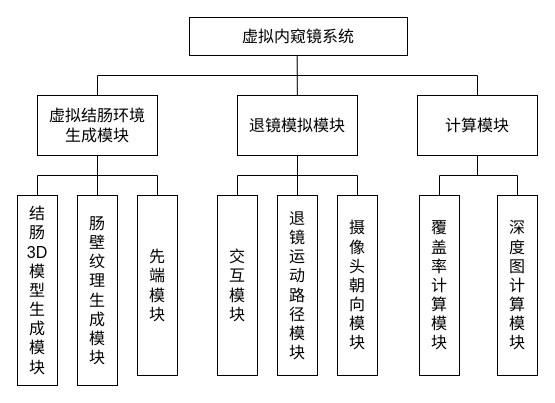
The draw.io diagram 模块图.drawio in Joker765/CEP, before the edit. Source tidied: cells renumbered, new cells numbered last; positions are measured from the earlier drawing's top-left corner, leaving out a move shared by most shapes. Both pictures are drawn from the tidied source at 100%, with x=0, y=0 at pixel (17, 17).
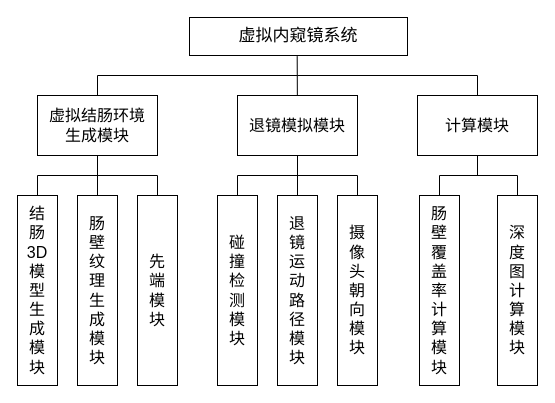
The same diagram, later.

Commit message (it also covers changes not shown here):
更新模块图.drawio

Diff of the diagram source:
```diff
@@
-    <mxCell id="2" value="&lt;span style=&quot;font-family: 宋体; font-size: 16px;&quot;&gt;虚拟内窥镜系统&lt;/span&gt;" style="rounded=0;whiteSpace=wrap;html=1;" parent="1" vertex="1">
+    <mxCell id="2" value="&lt;span style=&quot;font-family: 宋体;&quot;&gt;&lt;font style=&quot;font-size: 17px;&quot;&gt;虚拟内窥镜系统&lt;/font&gt;&lt;/span&gt;" style="rounded=0;whiteSpace=wrap;html=1;" parent="1" vertex="1">
       <mxGeometry x="172" width="218" height="38" as="geometry" />
     </mxCell>
@@
     <mxCell id="9" value="&lt;span style=&quot;font-size:12.0pt;mso-bidi-font-size:11.0pt;&lt;br/&gt;line-height:150%;font-family:宋体;mso-ascii-font-family:&amp;quot;Times New Roman&amp;quot;;&lt;br/&gt;mso-hansi-font-family:&amp;quot;Times New Roman&amp;quot;;mso-bidi-font-family:&amp;quot;Times New Roman&amp;quot;;&lt;br/&gt;mso-bidi-theme-font:minor-bidi;mso-ansi-language:EN-US;mso-fareast-language:&lt;br/&gt;ZH-CN;mso-bidi-language:AR-SA&quot;&gt;先&lt;/span&gt;&lt;div&gt;&lt;span style=&quot;font-size:12.0pt;mso-bidi-font-size:11.0pt;&lt;br/&gt;line-height:150%;font-family:宋体;mso-ascii-font-family:&amp;quot;Times New Roman&amp;quot;;&lt;br/&gt;mso-hansi-font-family:&amp;quot;Times New Roman&amp;quot;;mso-bidi-font-family:&amp;quot;Times New Roman&amp;quot;;&lt;br/&gt;mso-bidi-theme-font:minor-bidi;mso-ansi-language:EN-US;mso-fareast-language:&lt;br/&gt;ZH-CN;mso-bidi-language:AR-SA&quot;&gt;端&lt;/span&gt;&lt;/div&gt;&lt;div&gt;&lt;span style=&quot;font-size:12.0pt;mso-bidi-font-size:11.0pt;&lt;br/&gt;line-height:150%;font-family:宋体;mso-ascii-font-family:&amp;quot;Times New Roman&amp;quot;;&lt;br/&gt;mso-hansi-font-family:&amp;quot;Times New Roman&amp;quot;;mso-bidi-font-family:&amp;quot;Times New Roman&amp;quot;;&lt;br/&gt;mso-bidi-theme-font:minor-bidi;mso-ansi-language:EN-US;mso-fareast-language:&lt;br/&gt;ZH-CN;mso-bidi-language:AR-SA&quot;&gt;模&lt;/span&gt;&lt;/div&gt;&lt;div&gt;&lt;span style=&quot;font-size:12.0pt;mso-bidi-font-size:11.0pt;&lt;br/&gt;line-height:150%;font-family:宋体;mso-ascii-font-family:&amp;quot;Times New Roman&amp;quot;;&lt;br/&gt;mso-hansi-font-family:&amp;quot;Times New Roman&amp;quot;;mso-bidi-font-family:&amp;quot;Times New Roman&amp;quot;;&lt;br/&gt;mso-bidi-theme-font:minor-bidi;mso-ansi-language:EN-US;mso-fareast-language:&lt;br/&gt;ZH-CN;mso-bidi-language:AR-SA&quot;&gt;块&lt;/span&gt;&lt;/div&gt;" style="rounded=0;whiteSpace=wrap;html=1;" parent="1" vertex="1">
-      <mxGeometry x="120" y="178" width="40" height="180" as="geometry" />
+      <mxGeometry x="120" y="178" width="40" height="190" as="geometry" />
     </mxCell>
@@
-    <mxCell id="15" value="&lt;div&gt;&lt;div&gt;&lt;font face=&quot;宋体&quot;&gt;&lt;span style=&quot;font-size: 16px;&quot;&gt;交&lt;/span&gt;&lt;/font&gt;&lt;/div&gt;&lt;div&gt;&lt;font face=&quot;宋体&quot;&gt;&lt;span style=&quot;font-size: 16px;&quot;&gt;互&lt;/span&gt;&lt;/font&gt;&lt;/div&gt;&lt;div&gt;&lt;font face=&quot;宋体&quot;&gt;&lt;span style=&quot;font-size: 16px;&quot;&gt;模&lt;/span&gt;&lt;/font&gt;&lt;/div&gt;&lt;div&gt;&lt;font face=&quot;宋体&quot;&gt;&lt;span style=&quot;font-size: 16px;&quot;&gt;块&lt;/span&gt;&lt;/font&gt;&lt;/div&gt;&lt;/div&gt;" style="rounded=0;whiteSpace=wrap;html=1;" parent="1" vertex="1">
-      <mxGeometry x="200" y="178" width="40" height="180" as="geometry" />
+    <mxCell id="15" value="&lt;div&gt;&lt;font face=&quot;宋体&quot;&gt;&lt;span style=&quot;font-size: 16px;&quot;&gt;碰&lt;/span&gt;&lt;/font&gt;&lt;/div&gt;&lt;div&gt;&lt;font face=&quot;宋体&quot;&gt;&lt;span style=&quot;font-size: 16px;&quot;&gt;撞&lt;/span&gt;&lt;/font&gt;&lt;/div&gt;&lt;div&gt;&lt;font face=&quot;宋体&quot;&gt;&lt;span style=&quot;font-size: 16px;&quot;&gt;检&lt;/span&gt;&lt;/font&gt;&lt;/div&gt;&lt;div&gt;&lt;font face=&quot;宋体&quot;&gt;&lt;span style=&quot;font-size: 16px;&quot;&gt;测&lt;/span&gt;&lt;/font&gt;&lt;/div&gt;&lt;div&gt;&lt;font face=&quot;宋体&quot;&gt;&lt;span style=&quot;font-size: 16px;&quot;&gt;模&lt;/span&gt;&lt;/font&gt;&lt;/div&gt;&lt;div&gt;&lt;font face=&quot;宋体&quot;&gt;&lt;span style=&quot;font-size: 16px;&quot;&gt;块&lt;/span&gt;&lt;/font&gt;&lt;/div&gt;" style="rounded=0;whiteSpace=wrap;html=1;" parent="1" vertex="1">
+      <mxGeometry x="200" y="178" width="40" height="190" as="geometry" />
     </mxCell>
     <mxCell id="16" value="&lt;font face=&quot;宋体&quot;&gt;&lt;span style=&quot;font-size: 16px;&quot;&gt;摄&lt;/span&gt;&lt;/font&gt;&lt;div&gt;&lt;font face=&quot;宋体&quot;&gt;&lt;span style=&quot;font-size: 16px;&quot;&gt;像&lt;/span&gt;&lt;/font&gt;&lt;/div&gt;&lt;div&gt;&lt;font face=&quot;宋体&quot;&gt;&lt;span style=&quot;font-size: 16px;&quot;&gt;头&lt;/span&gt;&lt;/font&gt;&lt;/div&gt;&lt;div&gt;&lt;font face=&quot;宋体&quot;&gt;&lt;span style=&quot;font-size: 16px;&quot;&gt;朝&lt;/span&gt;&lt;/font&gt;&lt;/div&gt;&lt;div&gt;&lt;font face=&quot;宋体&quot;&gt;&lt;span style=&quot;font-size: 16px;&quot;&gt;向&lt;/span&gt;&lt;/font&gt;&lt;/div&gt;&lt;div&gt;&lt;font face=&quot;宋体&quot;&gt;&lt;span style=&quot;font-size: 16px;&quot;&gt;模&lt;/span&gt;&lt;/font&gt;&lt;/div&gt;&lt;div&gt;&lt;font face=&quot;宋体&quot;&gt;&lt;span style=&quot;font-size: 16px;&quot;&gt;块&lt;/span&gt;&lt;/font&gt;&lt;/div&gt;" style="rounded=0;whiteSpace=wrap;html=1;" parent="1" vertex="1">
-      <mxGeometry x="320" y="178" width="40" height="180" as="geometry" />
+      <mxGeometry x="320" y="178" width="40" height="190" as="geometry" />
     </mxCell>
@@
     <mxCell id="20" value="&lt;font face=&quot;宋体&quot;&gt;&lt;span style=&quot;font-size: 16px;&quot;&gt;退&lt;/span&gt;&lt;/font&gt;&lt;div&gt;&lt;font face=&quot;宋体&quot;&gt;&lt;span style=&quot;font-size: 16px;&quot;&gt;镜&lt;/span&gt;&lt;/font&gt;&lt;/div&gt;&lt;div&gt;&lt;font face=&quot;宋体&quot;&gt;&lt;span style=&quot;font-size: 16px;&quot;&gt;运&lt;/span&gt;&lt;/font&gt;&lt;/div&gt;&lt;div&gt;&lt;font face=&quot;宋体&quot;&gt;&lt;span style=&quot;font-size: 16px;&quot;&gt;动&lt;/span&gt;&lt;/font&gt;&lt;/div&gt;&lt;div&gt;&lt;font face=&quot;宋体&quot;&gt;&lt;span style=&quot;font-size: 16px;&quot;&gt;路&lt;/span&gt;&lt;/font&gt;&lt;/div&gt;&lt;div&gt;&lt;font face=&quot;宋体&quot;&gt;&lt;span style=&quot;font-size: 16px;&quot;&gt;径&lt;/span&gt;&lt;/font&gt;&lt;/div&gt;&lt;div&gt;&lt;font face=&quot;宋体&quot;&gt;&lt;span style=&quot;font-size: 16px;&quot;&gt;模&lt;/span&gt;&lt;/font&gt;&lt;/div&gt;&lt;div&gt;&lt;font face=&quot;宋体&quot;&gt;&lt;span style=&quot;font-size: 16px;&quot;&gt;块&lt;/span&gt;&lt;/font&gt;&lt;/div&gt;" style="rounded=0;whiteSpace=wrap;html=1;" parent="1" vertex="1">
-      <mxGeometry x="260" y="178" width="40" height="180" as="geometry" />
+      <mxGeometry x="260" y="178" width="40" height="190" as="geometry" />
     </mxCell>
@@
     <mxCell id="22" value="&lt;font face=&quot;宋体&quot;&gt;&lt;span style=&quot;font-size: 16px;&quot;&gt;深&lt;/span&gt;&lt;/font&gt;&lt;div&gt;&lt;font face=&quot;宋体&quot;&gt;&lt;span style=&quot;font-size: 16px;&quot;&gt;度&lt;/span&gt;&lt;/font&gt;&lt;/div&gt;&lt;div&gt;&lt;font face=&quot;宋体&quot;&gt;&lt;span style=&quot;font-size: 16px;&quot;&gt;图&lt;/span&gt;&lt;/font&gt;&lt;/div&gt;&lt;div&gt;&lt;font face=&quot;宋体&quot;&gt;&lt;span style=&quot;font-size: 16px;&quot;&gt;计&lt;/span&gt;&lt;/font&gt;&lt;/div&gt;&lt;div&gt;&lt;font face=&quot;宋体&quot;&gt;&lt;span style=&quot;font-size: 16px;&quot;&gt;算&lt;/span&gt;&lt;/font&gt;&lt;/div&gt;&lt;div&gt;&lt;font face=&quot;宋体&quot;&gt;&lt;span style=&quot;font-size: 16px;&quot;&gt;模&lt;/span&gt;&lt;/font&gt;&lt;/div&gt;&lt;div&gt;&lt;font face=&quot;宋体&quot;&gt;&lt;span style=&quot;font-size: 16px;&quot;&gt;块&lt;/span&gt;&lt;/font&gt;&lt;/div&gt;" style="rounded=0;whiteSpace=wrap;html=1;" parent="1" vertex="1">
-      <mxGeometry x="480" y="178" width="40" height="180" as="geometry" />
+      <mxGeometry x="480" y="178" width="40" height="190" as="geometry" />
     </mxCell>
@@
-    <mxCell id="25" value="&lt;div&gt;&lt;font face=&quot;宋体&quot;&gt;&lt;span style=&quot;font-size: 16px;&quot;&gt;覆&lt;/span&gt;&lt;/font&gt;&lt;/div&gt;&lt;div&gt;&lt;font face=&quot;宋体&quot;&gt;&lt;span style=&quot;font-size: 16px;&quot;&gt;盖&lt;/span&gt;&lt;/font&gt;&lt;/div&gt;&lt;div&gt;&lt;font face=&quot;宋体&quot;&gt;&lt;span style=&quot;font-size: 16px;&quot;&gt;率&lt;/span&gt;&lt;/font&gt;&lt;/div&gt;&lt;div&gt;&lt;font face=&quot;宋体&quot;&gt;&lt;span style=&quot;font-size: 16px;&quot;&gt;计&lt;/span&gt;&lt;/font&gt;&lt;/div&gt;&lt;div&gt;&lt;font face=&quot;宋体&quot;&gt;&lt;span style=&quot;font-size: 16px;&quot;&gt;算&lt;/span&gt;&lt;/font&gt;&lt;/div&gt;&lt;div&gt;&lt;font face=&quot;宋体&quot;&gt;&lt;span style=&quot;font-size: 16px;&quot;&gt;模&lt;/span&gt;&lt;/font&gt;&lt;/div&gt;&lt;div&gt;&lt;font face=&quot;宋体&quot;&gt;&lt;span style=&quot;font-size: 16px;&quot;&gt;块&lt;/span&gt;&lt;/font&gt;&lt;/div&gt;" style="rounded=0;whiteSpace=wrap;html=1;" parent="1" vertex="1">
-      <mxGeometry x="402" y="178" width="40" height="180" as="geometry" />
+    <mxCell id="25" value="&lt;div&gt;&lt;font face=&quot;宋体&quot;&gt;&lt;span style=&quot;font-size: 16px;&quot;&gt;肠&lt;/span&gt;&lt;/font&gt;&lt;/div&gt;&lt;div&gt;&lt;font face=&quot;宋体&quot;&gt;&lt;span style=&quot;font-size: 16px;&quot;&gt;壁&lt;/span&gt;&lt;/font&gt;&lt;/div&gt;&lt;div&gt;&lt;font face=&quot;宋体&quot;&gt;&lt;span style=&quot;font-size: 16px;&quot;&gt;覆&lt;/span&gt;&lt;/font&gt;&lt;/div&gt;&lt;div&gt;&lt;font face=&quot;宋体&quot;&gt;&lt;span style=&quot;font-size: 16px;&quot;&gt;盖&lt;/span&gt;&lt;/font&gt;&lt;/div&gt;&lt;div&gt;&lt;font face=&quot;宋体&quot;&gt;&lt;span style=&quot;font-size: 16px;&quot;&gt;率&lt;/span&gt;&lt;/font&gt;&lt;/div&gt;&lt;div&gt;&lt;font face=&quot;宋体&quot;&gt;&lt;span style=&quot;font-size: 16px;&quot;&gt;计&lt;/span&gt;&lt;/font&gt;&lt;/div&gt;&lt;div&gt;&lt;font face=&quot;宋体&quot;&gt;&lt;span style=&quot;font-size: 16px;&quot;&gt;算&lt;/span&gt;&lt;/font&gt;&lt;/div&gt;&lt;div&gt;&lt;font face=&quot;宋体&quot;&gt;&lt;span style=&quot;font-size: 16px;&quot;&gt;模&lt;/span&gt;&lt;/font&gt;&lt;/div&gt;&lt;div&gt;&lt;font face=&quot;宋体&quot;&gt;&lt;span style=&quot;font-size: 16px;&quot;&gt;块&lt;/span&gt;&lt;/font&gt;&lt;/div&gt;" style="rounded=0;whiteSpace=wrap;html=1;" parent="1" vertex="1">
+      <mxGeometry x="402" y="178" width="40" height="190" as="geometry" />
     </mxCell>
```
